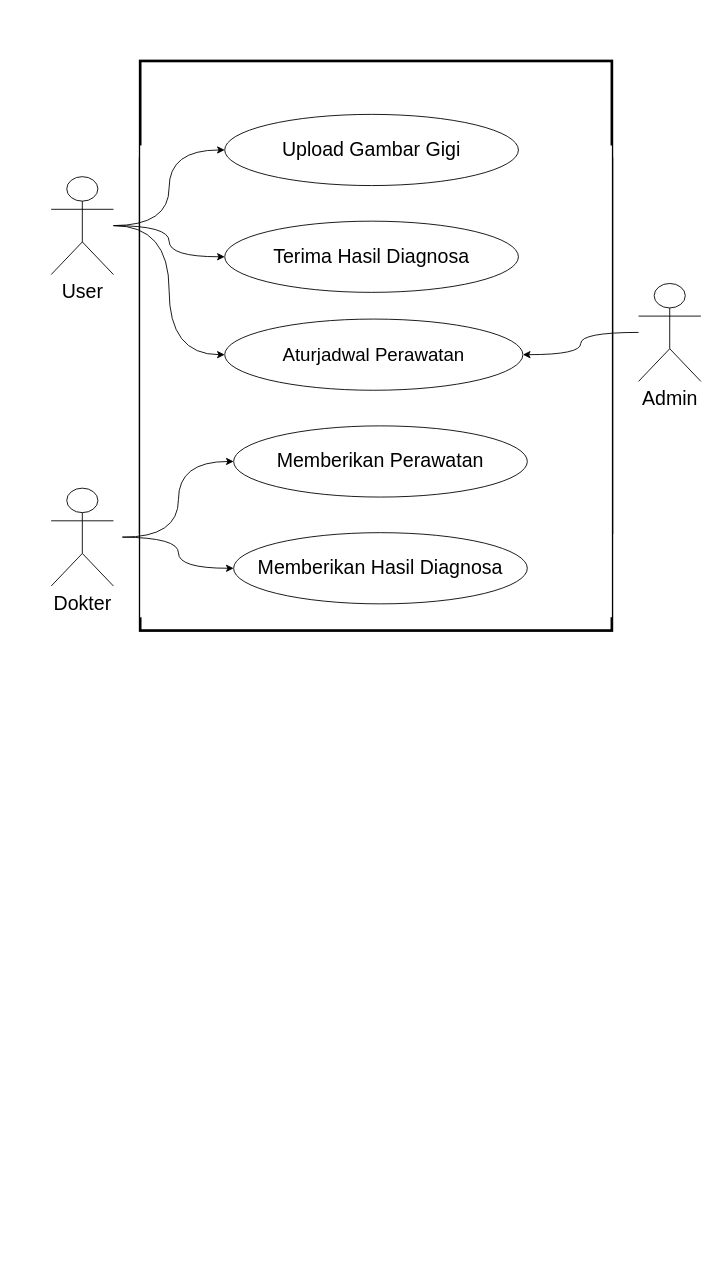
The draw.io diagram page "Page-6" (6 of 7) of Untitled Diagram.drawio in lukmanprasetyo/Business-Model-Canvas-BMC-, before the edit. Source tidied: cells renumbered, new cells numbered last; positions are measured from the earlier drawing's top-left corner, leaving out a move shared by most shapes. Both pictures are drawn from the tidied source at 89%, with x=0, y=0 at pixel (51, 61).
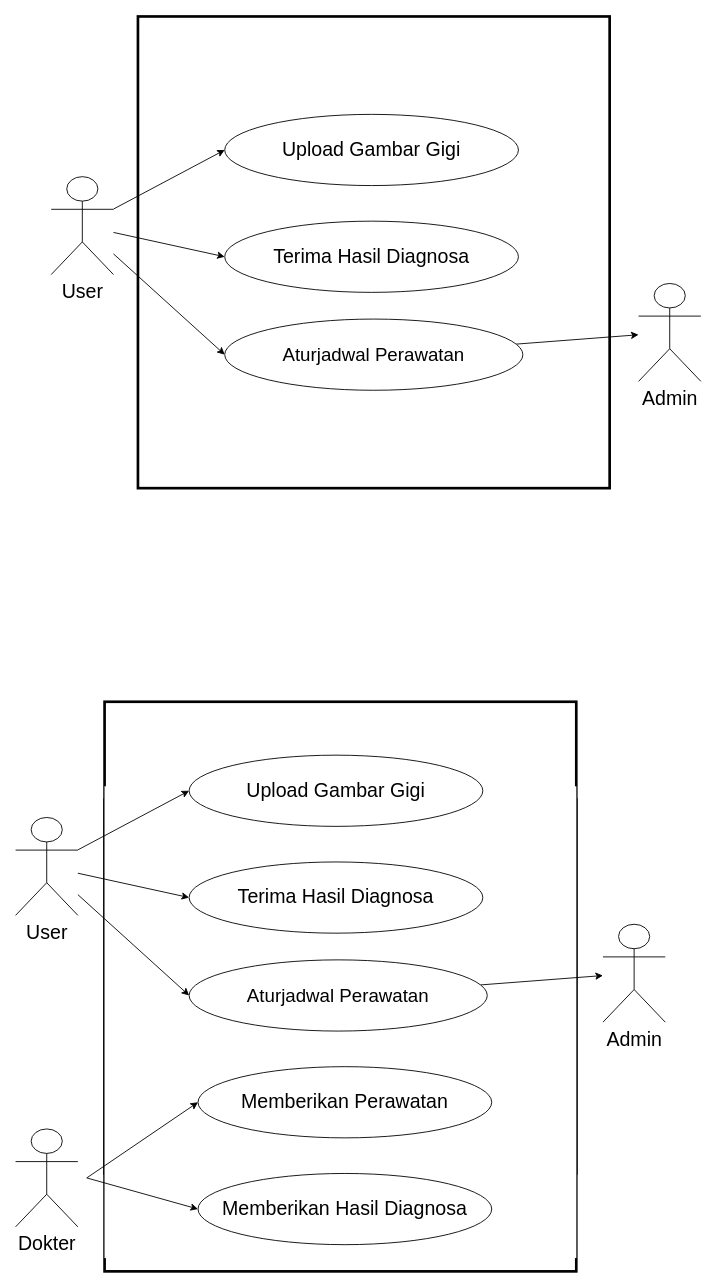
The same diagram, later.

Unchanged cells that the change refers to:
```xml
<mxCell id="8" value="User" style="shape=umlActor;verticalLabelPosition=bottom;verticalAlign=top;html=1;outlineConnect=0;fontSize=22;" parent="1" vertex="1">
  <mxGeometry y="130" width="70" height="110" as="geometry" />
</mxCell>
<mxCell id="9" value="&lt;font style=&quot;font-size: 22px;&quot;&gt;Upload Gambar Gigi&lt;/font&gt;" style="ellipse;whiteSpace=wrap;html=1;" parent="1" vertex="1">
  <mxGeometry x="195" y="60" width="330" height="80" as="geometry" />
</mxCell>
<mxCell id="10" value="&lt;font style=&quot;font-size: 22px;&quot;&gt;Terima Hasil Diagnosa&lt;/font&gt;" style="ellipse;whiteSpace=wrap;html=1;" parent="1" vertex="1">
  <mxGeometry x="195" y="180" width="330" height="80" as="geometry" />
</mxCell>
<mxCell id="11" value="Aturjadwal Perawatan" style="ellipse;whiteSpace=wrap;html=1;fontSize=21;" parent="1" vertex="1">
  <mxGeometry x="195" y="290" width="335" height="80" as="geometry" />
</mxCell>
<mxCell id="13" value="&lt;font style=&quot;font-size: 22px;&quot;&gt;Admin&lt;/font&gt;" style="shape=umlActor;verticalLabelPosition=bottom;verticalAlign=top;html=1;outlineConnect=0;" parent="1" vertex="1">
  <mxGeometry x="660" y="250" width="70" height="110" as="geometry" />
</mxCell>
```

The edit, as a diff of the source:
```diff
@@
-    <mxCell id="2" value="&lt;hr&gt;" style="whiteSpace=wrap;html=1;fillColor=default;strokeWidth=3;" parent="1" vertex="1">
-      <mxGeometry x="100" y="110" width="530" height="530" as="geometry" />
-    </mxCell>
     <mxCell id="3" value="&lt;hr&gt;" style="whiteSpace=wrap;html=1;fillColor=default;strokeWidth=3;" parent="1" vertex="1">
-      <mxGeometry x="100" width="530" height="530" as="geometry" />
+      <mxGeometry x="97.5" y="-50" width="530" height="530" as="geometry" />
     </mxCell>
-    <mxCell id="4" style="whiteSpace=wrap;html=1;strokeWidth=0;strokeColor=#ffffff;" parent="1" vertex="1">
-      <mxGeometry x="100" y="95" width="530" height="530" as="geometry" />
-    </mxCell>
-    <mxCell id="5" style="edgeStyle=orthogonalEdgeStyle;rounded=0;jettySize=auto;html=1;entryX=0;entryY=0.5;entryDx=0;entryDy=0;curved=1;" parent="1" edge="1" source="8" target="9">
+    <mxCell id="5" style="rounded=0;jettySize=auto;html=1;entryX=0;entryY=0.5;entryDx=0;entryDy=0;" parent="1" edge="1" source="8" target="9">
       <mxGeometry relative="1" as="geometry" />
     </mxCell>
-    <mxCell id="6" style="edgeStyle=orthogonalEdgeStyle;rounded=0;jettySize=auto;html=1;entryX=0;entryY=0.5;entryDx=0;entryDy=0;curved=1;" parent="1" edge="1" source="8" target="10">
+    <mxCell id="6" style="rounded=0;jettySize=auto;html=1;entryX=0;entryY=0.5;entryDx=0;entryDy=0;" parent="1" edge="1" source="8" target="10">
       <mxGeometry relative="1" as="geometry" />
     </mxCell>
-    <mxCell id="7" style="edgeStyle=orthogonalEdgeStyle;rounded=0;jettySize=auto;html=1;entryX=0;entryY=0.5;entryDx=0;entryDy=0;curved=1;" parent="1" edge="1" source="8" target="11">
+    <mxCell id="7" style="rounded=0;jettySize=auto;html=1;entryX=0;entryY=0.5;entryDx=0;entryDy=0;" parent="1" edge="1" source="8" target="11">
       <mxGeometry relative="1" as="geometry" />
     </mxCell>
@@
+    <mxCell id="19" style="rounded=0;jettySize=auto;html=1;" parent="1" edge="1" source="11" target="13">
+      <mxGeometry relative="1" as="geometry" />
+    </mxCell>
@@
-    <mxCell id="12" style="edgeStyle=orthogonalEdgeStyle;rounded=0;jettySize=auto;html=1;entryX=1;entryY=0.5;entryDx=0;entryDy=0;curved=1;" parent="1" edge="1" source="13" target="11">
-      <mxGeometry relative="1" as="geometry" />
-    </mxCell>
@@
-    <mxCell id="14" style="edgeStyle=orthogonalEdgeStyle;rounded=0;jettySize=auto;html=1;entryX=0;entryY=0.5;entryDx=0;entryDy=0;curved=1;" parent="1" edge="1" target="16">
-      <mxGeometry relative="1" as="geometry">
-        <mxPoint x="80" y="535" as="sourcePoint" />
-      </mxGeometry>
-    </mxCell>
-    <mxCell id="15" style="edgeStyle=orthogonalEdgeStyle;rounded=0;jettySize=auto;html=1;entryX=0;entryY=0.5;entryDx=0;entryDy=0;curved=1;" parent="1" edge="1" target="17">
-      <mxGeometry relative="1" as="geometry">
-        <mxPoint x="80" y="535" as="sourcePoint" />
-      </mxGeometry>
-    </mxCell>
+    <mxCell id="20" value="&lt;hr&gt;" style="whiteSpace=wrap;html=1;fillColor=default;strokeWidth=3;" parent="1" vertex="1">
+      <mxGeometry x="60" y="830" width="530" height="530" as="geometry" />
+    </mxCell>
+    <mxCell id="21" value="&lt;hr&gt;" style="whiteSpace=wrap;html=1;fillColor=default;strokeWidth=3;" parent="1" vertex="1">
+      <mxGeometry x="60" y="720" width="530" height="530" as="geometry" />
+    </mxCell>
+    <mxCell id="22" style="whiteSpace=wrap;html=1;strokeWidth=0;strokeColor=#ffffff;" parent="1" vertex="1">
+      <mxGeometry x="60" y="815" width="530" height="530" as="geometry" />
+    </mxCell>
+    <mxCell id="23" style="rounded=0;jettySize=auto;html=1;entryX=0;entryY=0.5;entryDx=0;entryDy=0;" parent="1" edge="1" source="26" target="27">
+      <mxGeometry relative="1" as="geometry" />
+    </mxCell>
+    <mxCell id="24" style="rounded=0;jettySize=auto;html=1;entryX=0;entryY=0.5;entryDx=0;entryDy=0;" parent="1" edge="1" source="26" target="28">
+      <mxGeometry relative="1" as="geometry" />
+    </mxCell>
+    <mxCell id="25" style="rounded=0;jettySize=auto;html=1;entryX=0;entryY=0.5;entryDx=0;entryDy=0;" parent="1" edge="1" source="26" target="30">
+      <mxGeometry relative="1" as="geometry" />
+    </mxCell>
+    <mxCell id="26" value="User" style="shape=umlActor;verticalLabelPosition=bottom;verticalAlign=top;html=1;outlineConnect=0;fontSize=22;" parent="1" vertex="1">
+      <mxGeometry x="-40" y="850" width="70" height="110" as="geometry" />
+    </mxCell>
+    <mxCell id="27" value="&lt;font style=&quot;font-size: 22px;&quot;&gt;Upload Gambar Gigi&lt;/font&gt;" style="ellipse;whiteSpace=wrap;html=1;" parent="1" vertex="1">
+      <mxGeometry x="155" y="780" width="330" height="80" as="geometry" />
+    </mxCell>
+    <mxCell id="28" value="&lt;font style=&quot;font-size: 22px;&quot;&gt;Terima Hasil Diagnosa&lt;/font&gt;" style="ellipse;whiteSpace=wrap;html=1;" parent="1" vertex="1">
+      <mxGeometry x="155" y="900" width="330" height="80" as="geometry" />
+    </mxCell>
+    <mxCell id="29" style="rounded=0;jettySize=auto;html=1;" parent="1" edge="1" source="30" target="31">
+      <mxGeometry relative="1" as="geometry" />
+    </mxCell>
+    <mxCell id="30" value="Aturjadwal Perawatan" style="ellipse;whiteSpace=wrap;html=1;fontSize=21;" parent="1" vertex="1">
+      <mxGeometry x="155" y="1010" width="335" height="80" as="geometry" />
+    </mxCell>
+    <mxCell id="31" value="&lt;font style=&quot;font-size: 22px;&quot;&gt;Admin&lt;/font&gt;" style="shape=umlActor;verticalLabelPosition=bottom;verticalAlign=top;html=1;outlineConnect=0;" parent="1" vertex="1">
+      <mxGeometry x="620" y="970" width="70" height="110" as="geometry" />
+    </mxCell>
+    <mxCell id="32" style="rounded=0;jettySize=auto;html=1;entryX=0;entryY=0.5;entryDx=0;entryDy=0;" parent="1" edge="1" target="16">
+      <mxGeometry relative="1" as="geometry">
+        <mxPoint x="40" y="1255" as="sourcePoint" />
+      </mxGeometry>
+    </mxCell>
+    <mxCell id="33" style="rounded=0;jettySize=auto;html=1;entryX=0;entryY=0.5;entryDx=0;entryDy=0;" parent="1" edge="1" target="17">
+      <mxGeometry relative="1" as="geometry">
+        <mxPoint x="40" y="1255" as="sourcePoint" />
+      </mxGeometry>
+    </mxCell>
     <mxCell id="16" value="&lt;font style=&quot;font-size: 22px;&quot;&gt;Memberikan Perawatan&lt;/font&gt;" style="ellipse;whiteSpace=wrap;html=1;" parent="1" vertex="1">
-      <mxGeometry x="205" y="410" width="330" height="80" as="geometry" />
+      <mxGeometry x="165" y="1130" width="330" height="80" as="geometry" />
     </mxCell>
     <mxCell id="17" value="&lt;font style=&quot;font-size: 22px;&quot;&gt;Memberikan Hasil Diagnosa&lt;/font&gt;" style="ellipse;whiteSpace=wrap;html=1;" parent="1" vertex="1">
-      <mxGeometry x="205" y="530" width="330" height="80" as="geometry" />
+      <mxGeometry x="165" y="1250" width="330" height="80" as="geometry" />
     </mxCell>
     <mxCell id="18" value="Dokter" style="shape=umlActor;verticalLabelPosition=bottom;verticalAlign=top;html=1;fontSize=22;" parent="1" vertex="1">
-      <mxGeometry y="480" width="70" height="110" as="geometry" />
+      <mxGeometry x="-40" y="1200" width="70" height="110" as="geometry" />
     </mxCell>
```
